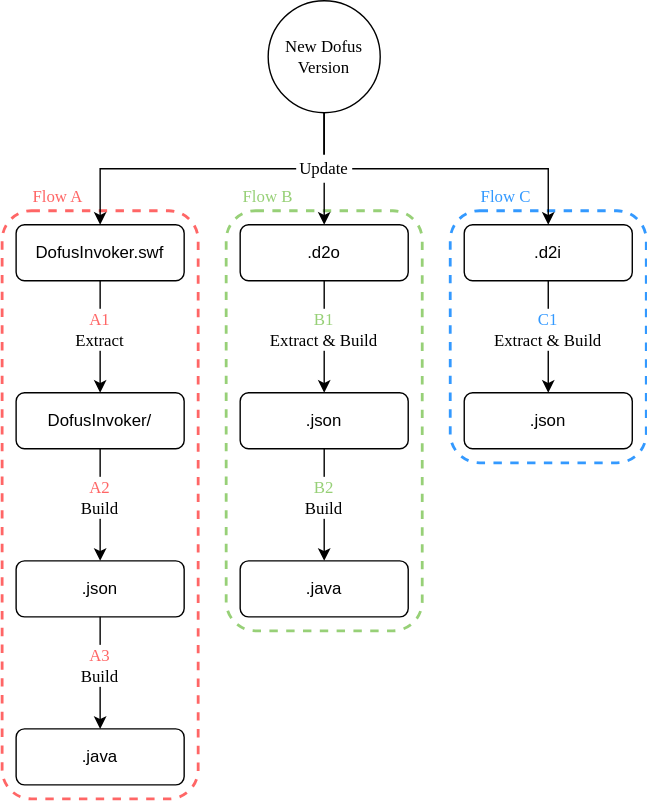
Above: images/Flows.drawio.svg in bot4dofus/Datafus (draw.io), before the change. Source tidied: cells renumbered, new cells last; positions are measured from the earlier drawing's top-left corner, leaving out a move shared by most shapes.
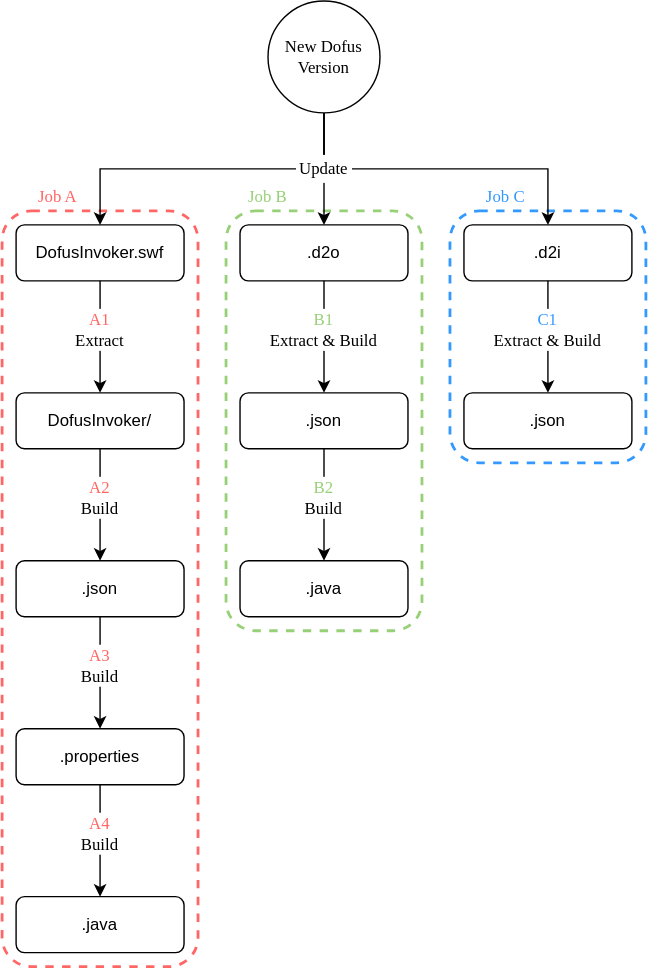
After the commit.

The edit, as a diff of the source:
```diff
@@ -2,15 +2,15 @@
   <root>
     <mxCell id="0" />
     <mxCell id="1" parent="0" />
+    <mxCell id="4" style="rounded=1;whiteSpace=wrap;html=1;fontFamily=Georgia;fillColor=none;dashed=1;strokeWidth=2;strokeColor=#FF6666;" parent="1" vertex="1">
+      <mxGeometry y="150" width="140" height="540" as="geometry" />
+    </mxCell>
     <mxCell id="2" style="rounded=1;whiteSpace=wrap;html=1;fontFamily=Georgia;fillColor=none;dashed=1;strokeWidth=2;strokeColor=#3399FF;" parent="1" vertex="1">
       <mxGeometry x="320" y="150" width="140" height="180" as="geometry" />
     </mxCell>
     <mxCell id="3" style="rounded=1;whiteSpace=wrap;html=1;fontFamily=Georgia;fillColor=none;dashed=1;strokeWidth=2;strokeColor=#97D077;" parent="1" vertex="1">
       <mxGeometry x="160" y="150" width="140" height="300" as="geometry" />
     </mxCell>
-    <mxCell id="4" style="rounded=1;whiteSpace=wrap;html=1;fontFamily=Georgia;fillColor=none;dashed=1;strokeWidth=2;strokeColor=#FF6666;" parent="1" vertex="1">
-      <mxGeometry y="150" width="140" height="420" as="geometry" />
-    </mxCell>
     <mxCell id="5" value="New Dofus Version" style="ellipse;whiteSpace=wrap;html=1;fontFamily=Georgia;" parent="1" vertex="1">
       <mxGeometry x="190" width="80" height="80" as="geometry" />
     </mxCell>
@@ -38,7 +38,7 @@
     <mxCell id="13" value=".json" style="rounded=1;whiteSpace=wrap;html=1;fontFamily=Helvetica;" parent="1" vertex="1">
       <mxGeometry x="10" y="400" width="120" height="40" as="geometry" />
     </mxCell>
-    <mxCell id="14" value=".java" style="rounded=1;whiteSpace=wrap;html=1;fontFamily=Helvetica;" parent="1" vertex="1">
+    <mxCell id="14" value=".properties" style="rounded=1;whiteSpace=wrap;html=1;fontFamily=Helvetica;" parent="1" vertex="1">
       <mxGeometry x="10" y="520" width="120" height="40" as="geometry" />
     </mxCell>
     <mxCell id="15" style="edgeStyle=orthogonalEdgeStyle;rounded=0;jettySize=auto;html=1;exitX=0.5;exitY=1;exitDx=0;exitDy=0;entryX=0.5;entryY=0;entryDx=0;entryDy=0;fontFamily=Georgia;" parent="1" edge="1" source="8" target="9">
@@ -95,14 +95,23 @@
     <mxCell id="30" value="Update" style="text;html=1;strokeColor=none;align=center;verticalAlign=middle;whiteSpace=wrap;rounded=0;dashed=1;fontFamily=Georgia;fillColor=#FFFFFF;" parent="1" vertex="1">
       <mxGeometry x="210" y="110" width="40" height="20" as="geometry" />
     </mxCell>
-    <mxCell id="31" value="Flow A" style="text;html=1;strokeColor=none;align=center;verticalAlign=middle;whiteSpace=wrap;rounded=0;dashed=1;fontFamily=Georgia;fontColor=#FF6666;" parent="1" vertex="1">
+    <mxCell id="31" value="Job A" style="text;html=1;strokeColor=none;align=center;verticalAlign=middle;whiteSpace=wrap;rounded=0;dashed=1;fontFamily=Georgia;fontColor=#FF6666;" parent="1" vertex="1">
       <mxGeometry x="20" y="130" width="40" height="20" as="geometry" />
     </mxCell>
-    <mxCell id="32" value="Flow B" style="text;html=1;strokeColor=none;align=center;verticalAlign=middle;whiteSpace=wrap;rounded=0;dashed=1;fontFamily=Georgia;fontColor=#97D077;" parent="1" vertex="1">
+    <mxCell id="32" value="Job B" style="text;html=1;strokeColor=none;align=center;verticalAlign=middle;whiteSpace=wrap;rounded=0;dashed=1;fontFamily=Georgia;fontColor=#97D077;" parent="1" vertex="1">
       <mxGeometry x="170" y="130" width="40" height="20" as="geometry" />
     </mxCell>
-    <mxCell id="33" value="&lt;font color=&quot;#3399FF&quot;&gt;Flow C&lt;br&gt;&lt;/font&gt;" style="text;html=1;strokeColor=none;align=center;verticalAlign=middle;whiteSpace=wrap;rounded=0;dashed=1;fontFamily=Georgia;fontColor=#FF6666;" parent="1" vertex="1">
+    <mxCell id="33" value="&lt;font color=&quot;#3399FF&quot;&gt;Job C&lt;br&gt;&lt;/font&gt;" style="text;html=1;strokeColor=none;align=center;verticalAlign=middle;whiteSpace=wrap;rounded=0;dashed=1;fontFamily=Georgia;fontColor=#FF6666;" parent="1" vertex="1">
       <mxGeometry x="340" y="130" width="40" height="20" as="geometry" />
     </mxCell>
+    <mxCell id="34" value=".java" style="rounded=1;whiteSpace=wrap;html=1;fontFamily=Helvetica;" parent="1" vertex="1">
+      <mxGeometry x="10" y="640" width="120" height="40" as="geometry" />
+    </mxCell>
+    <mxCell id="35" style="edgeStyle=orthogonalEdgeStyle;rounded=0;jettySize=auto;html=1;entryX=0.5;entryY=0;entryDx=0;entryDy=0;fontFamily=Georgia;exitX=0.5;exitY=1;exitDx=0;exitDy=0;" parent="1" edge="1" source="14" target="34">
+      <mxGeometry relative="1" as="geometry" />
+    </mxCell>
+    <mxCell id="36" value="&lt;div&gt;&lt;font color=&quot;#FF6666&quot;&gt;A4&lt;/font&gt;&lt;br&gt;&lt;/div&gt;&lt;div&gt;Build&lt;/div&gt;" style="text;html=1;strokeColor=none;align=center;verticalAlign=middle;whiteSpace=wrap;rounded=0;dashed=1;fontFamily=Georgia;fillColor=#FFFFFF;" parent="1" vertex="1">
+      <mxGeometry x="50" y="580" width="40" height="30" as="geometry" />
+    </mxCell>
   </root>
 </mxGraphModel>
```
